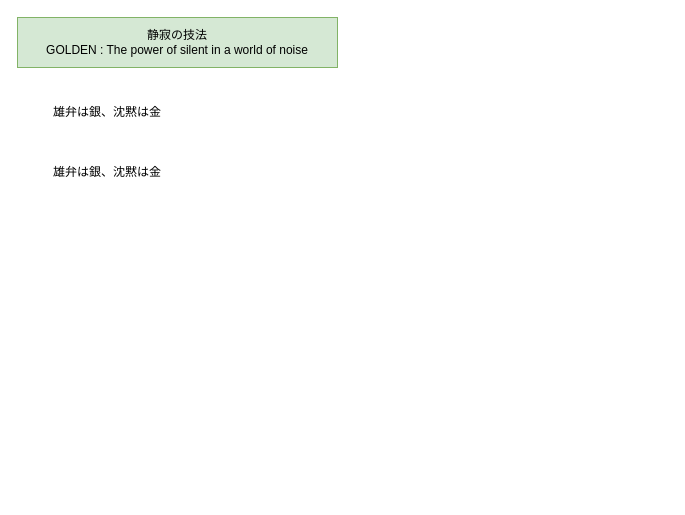
Earlier version of the draw.io diagram 静寂の技法.drawio (YossyIto/booklog_drowio). Source tidied: cells renumbered, new cells numbered last; positions are measured from the earlier drawing's top-left corner, leaving out a move shared by most shapes. Both pictures are drawn from the tidied source at 100%, with x=0, y=0 at pixel (17, 17).
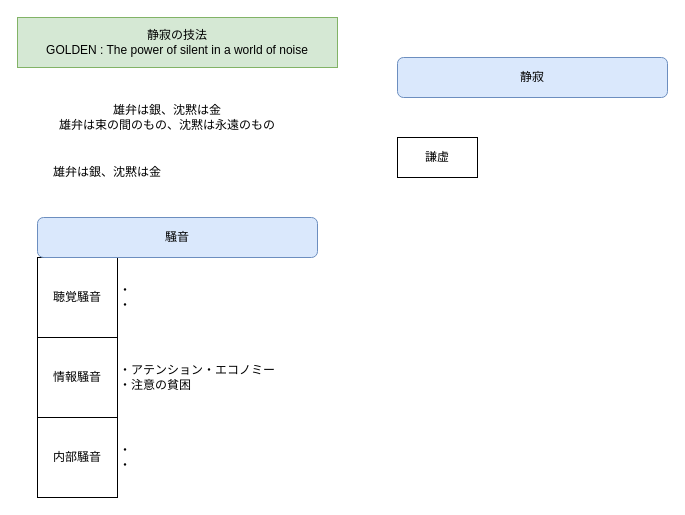
The same page after the edit.

Commit message:
静寂の技法.drawio を更新します

Change to the diagram source:
```diff
@@
 <mxGraphModel>
   <root>
     <mxCell id="0" />
     <mxCell id="1" parent="0" />
     <mxCell id="2" value="静寂の技法&lt;div&gt;GOLDEN : The power of silent in a world of noise&lt;/div&gt;" style="text;html=1;align=center;verticalAlign=middle;whiteSpace=wrap;rounded=0;fillColor=#d5e8d4;strokeColor=#82b366;" parent="1" vertex="1">
       <mxGeometry width="320" height="50" as="geometry" />
     </mxCell>
-    <mxCell id="3" value="雄弁は銀、沈黙は金" style="text;html=1;align=center;verticalAlign=middle;whiteSpace=wrap;rounded=0;" parent="1" vertex="1">
-      <mxGeometry y="80" width="180" height="30" as="geometry" />
+    <mxCell id="3" value="雄弁は銀、沈黙は金&lt;div&gt;雄弁は束の間のもの、沈黙は永遠のもの&lt;/div&gt;" style="text;html=1;align=center;verticalAlign=middle;whiteSpace=wrap;rounded=0;" parent="1" vertex="1">
+      <mxGeometry y="80" width="300" height="40" as="geometry" />
     </mxCell>
     <mxCell id="4" value="雄弁は銀、沈黙は金" style="text;html=1;align=center;verticalAlign=middle;whiteSpace=wrap;rounded=0;" parent="1" vertex="1">
       <mxGeometry y="140" width="180" height="30" as="geometry" />
     </mxCell>
+    <mxCell id="5" value="聴覚騒音" style="rounded=0;whiteSpace=wrap;html=1;" parent="1" vertex="1">
+      <mxGeometry x="20" y="240" width="80" height="80" as="geometry" />
+    </mxCell>
+    <mxCell id="6" value="内部騒音" style="rounded=0;whiteSpace=wrap;html=1;" parent="1" vertex="1">
+      <mxGeometry x="20" y="400" width="80" height="80" as="geometry" />
+    </mxCell>
+    <mxCell id="7" value="情報騒音" style="rounded=0;whiteSpace=wrap;html=1;" parent="1" vertex="1">
+      <mxGeometry x="20" y="320" width="80" height="80" as="geometry" />
+    </mxCell>
+    <mxCell id="8" value="騒音" style="rounded=1;whiteSpace=wrap;html=1;fillColor=#dae8fc;strokeColor=#6c8ebf;" parent="1" vertex="1">
+      <mxGeometry x="20" y="200" width="280" height="40" as="geometry" />
+    </mxCell>
+    <mxCell id="9" value="・&lt;div&gt;・&lt;/div&gt;" style="text;html=1;align=left;verticalAlign=middle;whiteSpace=wrap;rounded=0;" parent="1" vertex="1">
+      <mxGeometry x="100" y="240" width="200" height="80" as="geometry" />
+    </mxCell>
+    <mxCell id="10" value="・アテンション・エコノミー&lt;div&gt;・注意の貧困&lt;/div&gt;" style="text;html=1;align=left;verticalAlign=middle;whiteSpace=wrap;rounded=0;" parent="1" vertex="1">
+      <mxGeometry x="100" y="320" width="200" height="80" as="geometry" />
+    </mxCell>
+    <mxCell id="11" value="・&lt;div&gt;・&lt;/div&gt;" style="text;html=1;align=left;verticalAlign=middle;whiteSpace=wrap;rounded=0;" parent="1" vertex="1">
+      <mxGeometry x="100" y="400" width="200" height="80" as="geometry" />
+    </mxCell>
+    <mxCell id="12" value="静寂" style="rounded=1;whiteSpace=wrap;html=1;fillColor=#dae8fc;strokeColor=#6c8ebf;" parent="1" vertex="1">
+      <mxGeometry x="380" y="40" width="270" height="40" as="geometry" />
+    </mxCell>
+    <mxCell id="13" value="謙虚" style="rounded=0;whiteSpace=wrap;html=1;" parent="1" vertex="1">
+      <mxGeometry x="380" y="120" width="80" height="40" as="geometry" />
+    </mxCell>
   </root>
 </mxGraphModel>
```
